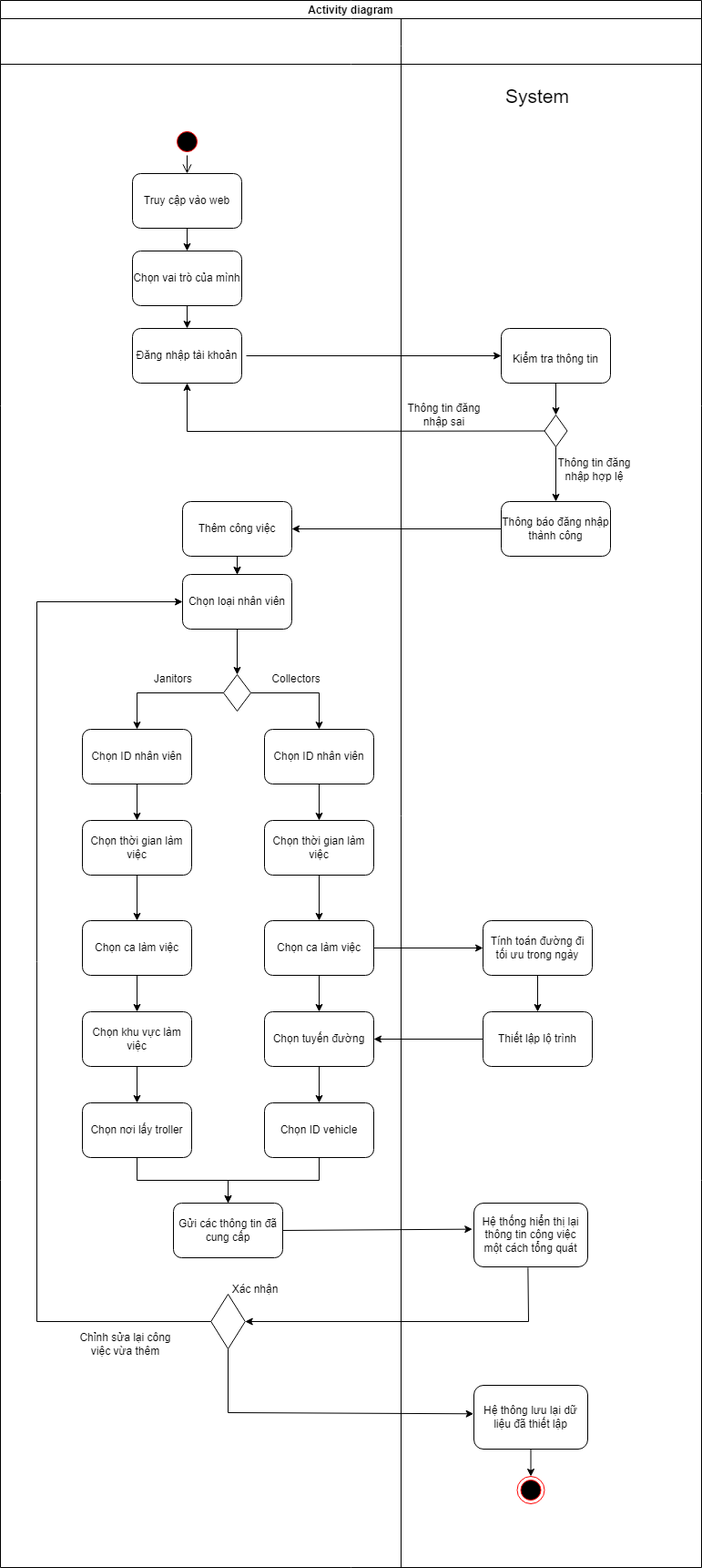
Before: System Modeling/Activity diagram for Back officers.drawio.png, a diagram exported from draw.io (diyuenji/SE_assignment). Source tidied: cells renumbered, new cells last; positions are measured from the earlier drawing's top-left corner, leaving out a move shared by most shapes.
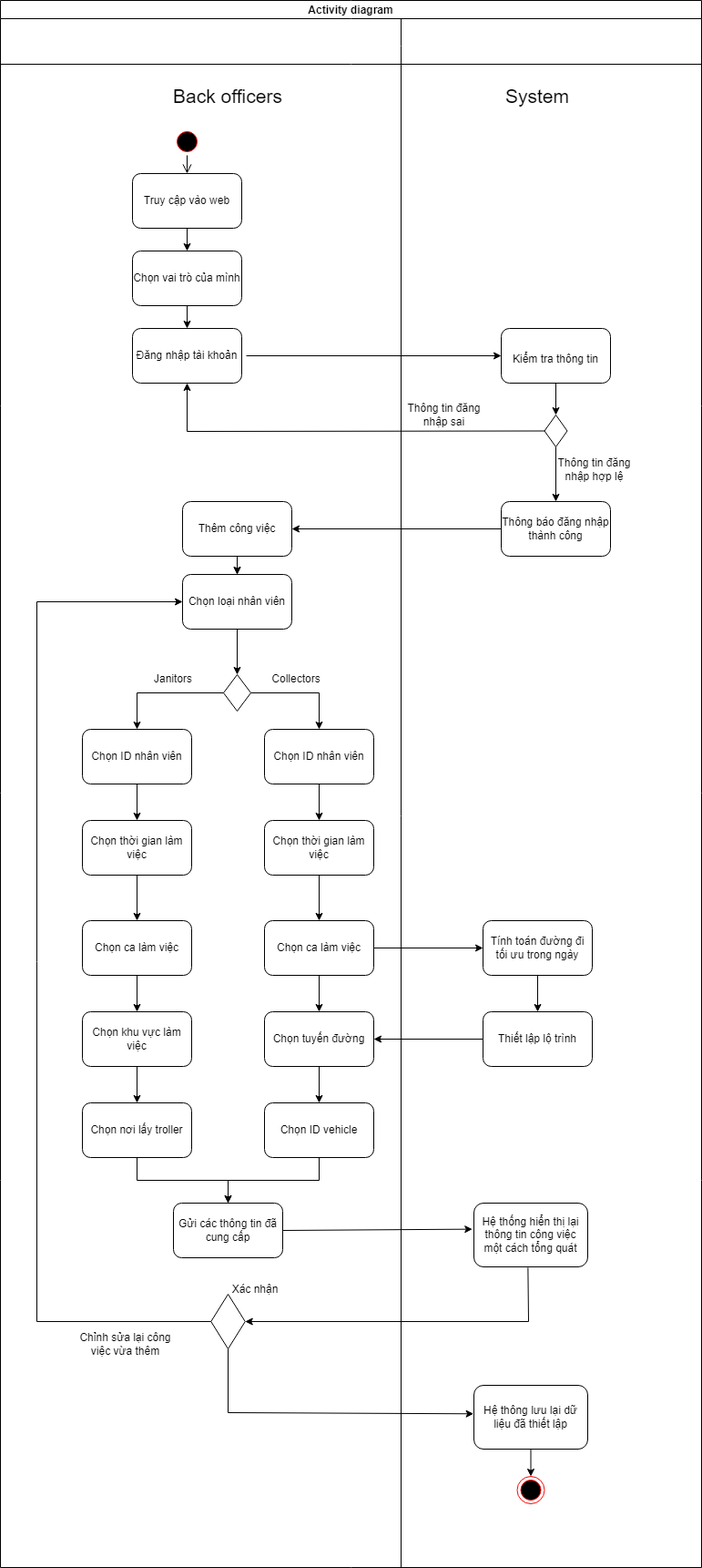
The same diagram one commit later.

What changed in the source:
```diff
@@ -44,6 +44,9 @@
     <mxCell id="15" value="&lt;font style=&quot;font-size: 12px;&quot;&gt;Kiểm tra thông tin&lt;/font&gt;" style="rounded=1;whiteSpace=wrap;html=1;fontSize=21;fillColor=#FFFFFF;" parent="1" vertex="1">
       <mxGeometry x="550" y="360" width="120" height="60" as="geometry" />
     </mxCell>
+    <mxCell id="77" value="&lt;font style=&quot;font-size: 21px;&quot;&gt;&lt;font style=&quot;font-size: 21px;&quot;&gt;Back officers&lt;/font&gt;&lt;/font&gt;" style="text;html=1;strokeColor=none;fillColor=none;align=center;verticalAlign=middle;whiteSpace=wrap;rounded=0;fontSize=21;" parent="1" vertex="1">
+      <mxGeometry x="145" y="90" width="210" height="30" as="geometry" />
+    </mxCell>
     <mxCell id="16" style="ellipse;html=1;shape=startState;fillColor=#000000;strokeColor=#ff0000;fontSize=21;" parent="1" vertex="1">
       <mxGeometry x="190" y="140" width="30" height="30" as="geometry" />
     </mxCell>
```
